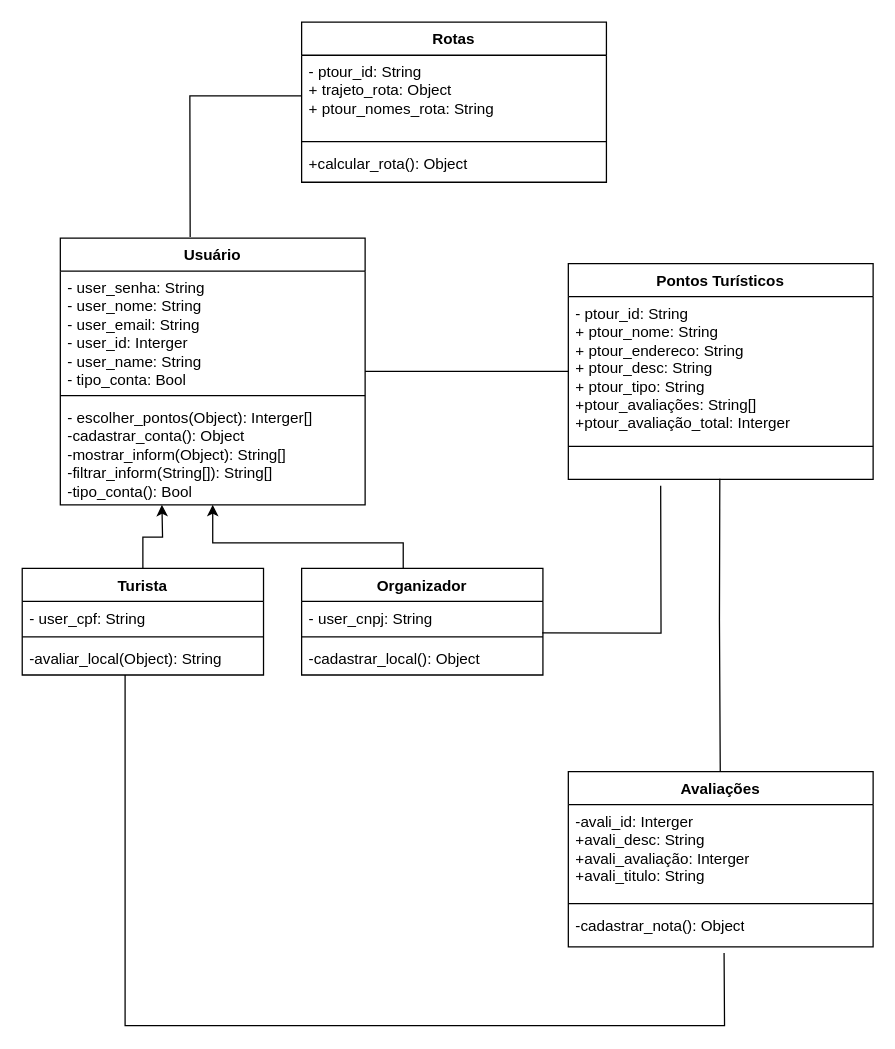
This is UML_ver01.drawio from END-the/ewrerwewr, a draw.io file, before an edit. Source tidied: cells renumbered, new cells numbered last; positions are measured from the earlier drawing's top-left corner, leaving out a move shared by most shapes. Both pictures are drawn from the tidied source at 127%, with x=0, y=0 at pixel (22, 22).
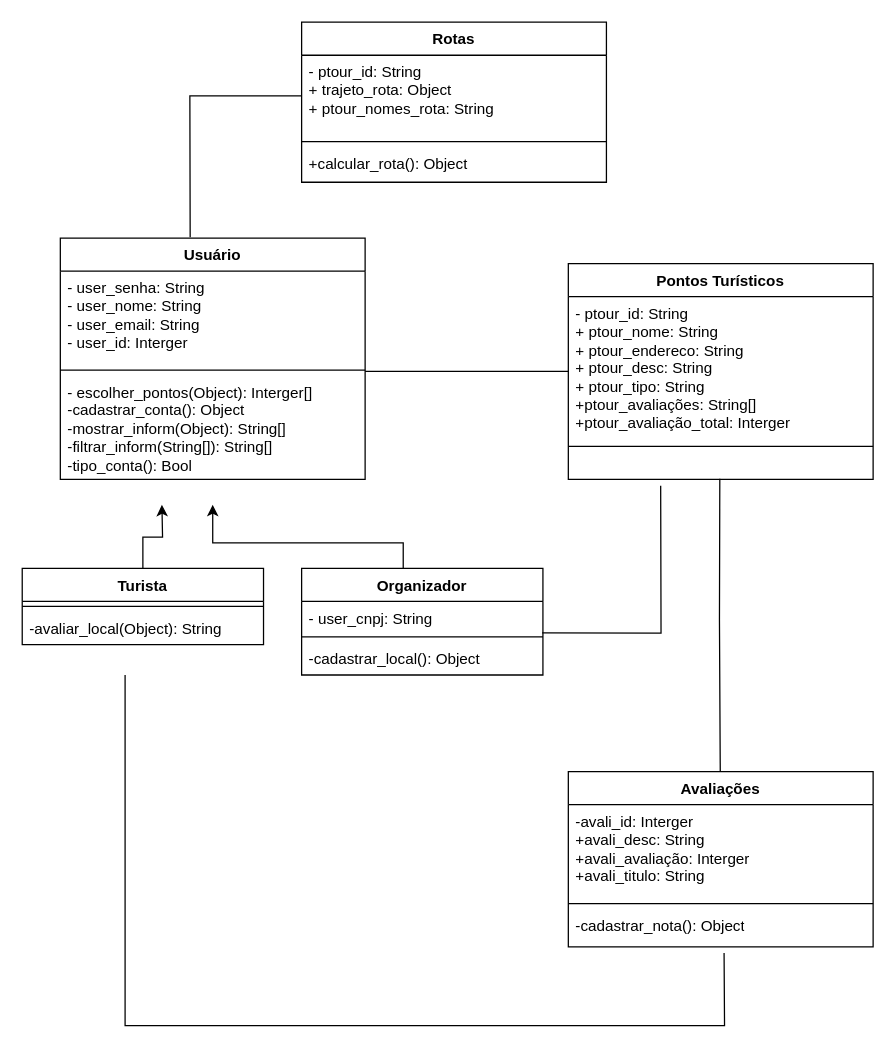
The same diagram, later.

The edit, as a diff of the source:
```diff
@@
     <mxCell id="2" value="Usuário" style="swimlane;fontStyle=1;align=center;verticalAlign=top;horizontal=1;startSize=26;whiteSpace=wrap;html=1;" parent="1" vertex="1">
-      <mxGeometry x="30" y="170" width="240" height="210" as="geometry" />
+      <mxGeometry x="30" y="170" width="240" height="190" as="geometry" />
     </mxCell>
-    <mxCell id="3" value="- user_senha: String&lt;div&gt;- user_nome:&amp;nbsp;&lt;span style=&quot;background-color: initial;&quot;&gt;String&lt;/span&gt;&lt;br&gt;&lt;/div&gt;&lt;div&gt;- user_email: String&lt;/div&gt;&lt;div&gt;&lt;span style=&quot;background-color: initial;&quot;&gt;- user_id: Interger&lt;/span&gt;&lt;/div&gt;&lt;div&gt;- user_name:&amp;nbsp;&lt;span style=&quot;background-color: initial;&quot;&gt;String&lt;/span&gt;&lt;/div&gt;&lt;div&gt;&lt;span style=&quot;background-color: initial;&quot;&gt;- tipo_conta: Bool&lt;/span&gt;&lt;/div&gt;" style="text;strokeColor=none;fillColor=none;align=left;verticalAlign=top;spacingLeft=4;spacingRight=4;overflow=hidden;whiteSpace=wrap;html=1;" parent="2" vertex="1">
-      <mxGeometry y="26" width="240" height="94" as="geometry" />
+    <mxCell id="3" value="- user_senha: String&lt;div&gt;- user_nome:&amp;nbsp;&lt;span style=&quot;background-color: initial;&quot;&gt;String&lt;/span&gt;&lt;br&gt;&lt;/div&gt;&lt;div&gt;- user_email: String&lt;/div&gt;&lt;div&gt;&lt;span style=&quot;background-color: initial;&quot;&gt;- user_id: Interger&lt;/span&gt;&lt;/div&gt;&lt;div&gt;&lt;br&gt;&lt;/div&gt;" style="text;strokeColor=none;fillColor=none;align=left;verticalAlign=top;spacingLeft=4;spacingRight=4;overflow=hidden;whiteSpace=wrap;html=1;" parent="2" vertex="1">
+      <mxGeometry y="26" width="240" height="74" as="geometry" />
     </mxCell>
     <mxCell id="4" style="line;strokeWidth=1;fillColor=none;align=left;verticalAlign=middle;spacingTop=-1;spacingLeft=3;spacingRight=3;labelPosition=right;strokeColor=inherit;" parent="2" vertex="1">
-      <mxGeometry y="120" width="240" height="8" as="geometry" />
+      <mxGeometry y="100" width="240" height="8" as="geometry" />
     </mxCell>
     <mxCell id="5" value="- escolher_pontos(Object): Interger[]&lt;div&gt;-cadastrar_conta(): Object&lt;/div&gt;&lt;div&gt;-mostrar_inform(Object): String[]&lt;/div&gt;&lt;div&gt;-filtrar_inform(String[]): String[]&lt;/div&gt;&lt;div&gt;-tipo_conta(): Bool&lt;/div&gt;&lt;div&gt;&lt;br&gt;&lt;/div&gt;" style="text;strokeColor=none;fillColor=none;align=left;verticalAlign=top;spacingLeft=4;spacingRight=4;overflow=hidden;whiteSpace=wrap;html=1;" parent="2" vertex="1">
-      <mxGeometry y="128" width="240" height="82" as="geometry" />
+      <mxGeometry y="108" width="240" height="82" as="geometry" />
     </mxCell>
@@
     <mxCell id="7" value="Turista" style="swimlane;fontStyle=1;align=center;verticalAlign=top;horizontal=1;startSize=26;whiteSpace=wrap;html=1;" parent="1" vertex="1">
-      <mxGeometry y="430" width="190" height="84" as="geometry" />
+      <mxGeometry y="430" width="190" height="60" as="geometry" />
     </mxCell>
-    <mxCell id="8" value="- user_cpf: String" style="text;strokeColor=none;fillColor=none;align=left;verticalAlign=top;spacingLeft=4;spacingRight=4;overflow=hidden;whiteSpace=wrap;html=1;" parent="7" vertex="1">
-      <mxGeometry y="26" width="190" height="24" as="geometry" />
-    </mxCell>
     <mxCell id="9" style="line;strokeWidth=1;fillColor=none;align=left;verticalAlign=middle;spacingTop=-1;spacingLeft=3;spacingRight=3;labelPosition=right;strokeColor=inherit;" parent="7" vertex="1">
-      <mxGeometry y="50" width="190" height="8" as="geometry" />
+      <mxGeometry y="26" width="190" height="8" as="geometry" />
     </mxCell>
     <mxCell id="10" value="-avaliar_local(Object): String" style="text;strokeColor=none;fillColor=none;align=left;verticalAlign=top;spacingLeft=4;spacingRight=4;overflow=hidden;whiteSpace=wrap;html=1;" parent="7" vertex="1">
-      <mxGeometry y="58" width="190" height="26" as="geometry" />
+      <mxGeometry y="34" width="190" height="26" as="geometry" />
     </mxCell>
```
